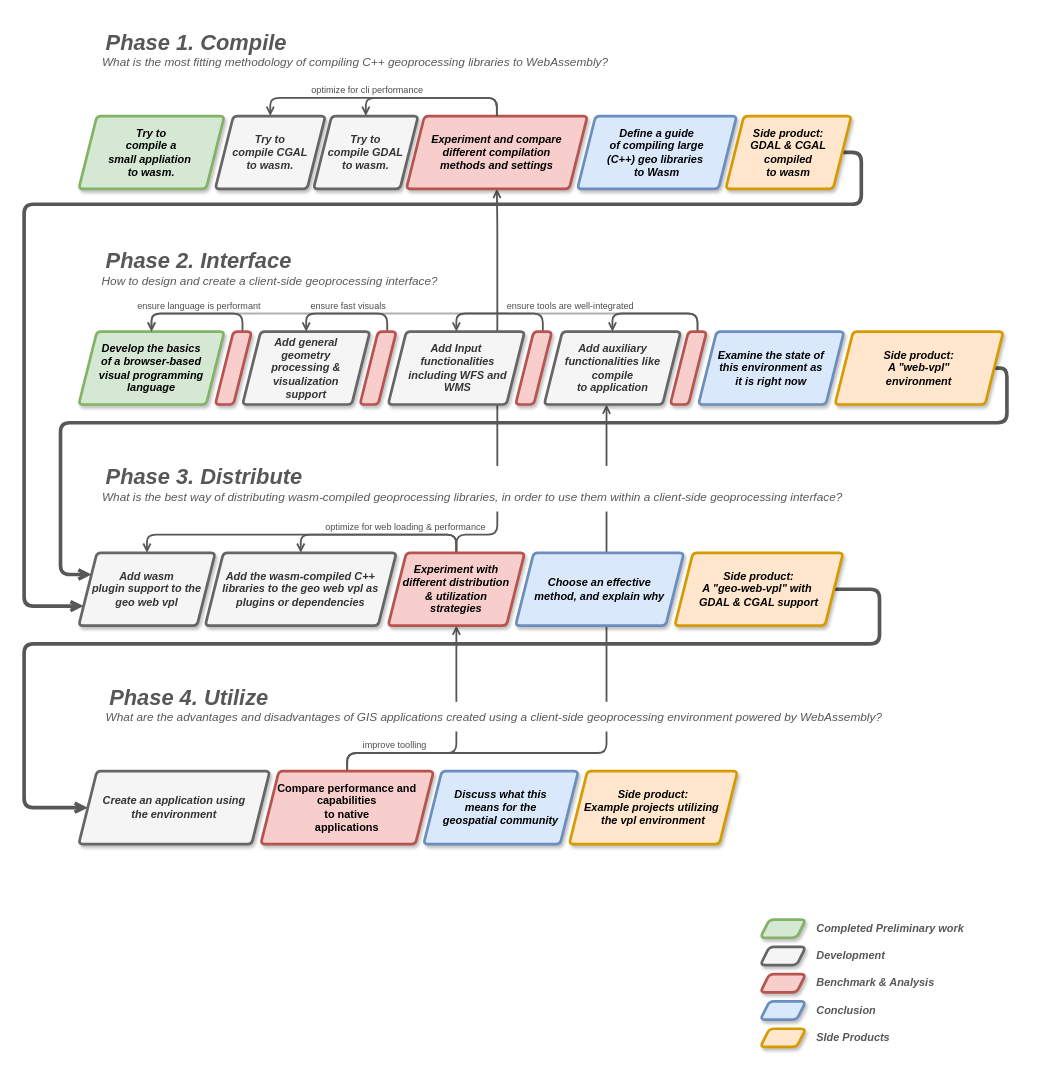
Above: proposal/schemas/methodology/method.drawio in the-red-feather/thesis (draw.io), before the change. Source tidied: cells renumbered, new cells numbered last; positions are measured from the earlier drawing's top-left corner, leaving out a move shared by most shapes. Both pictures are drawn from the tidied source at 91%, with x=0, y=0 at pixel (24, 25).
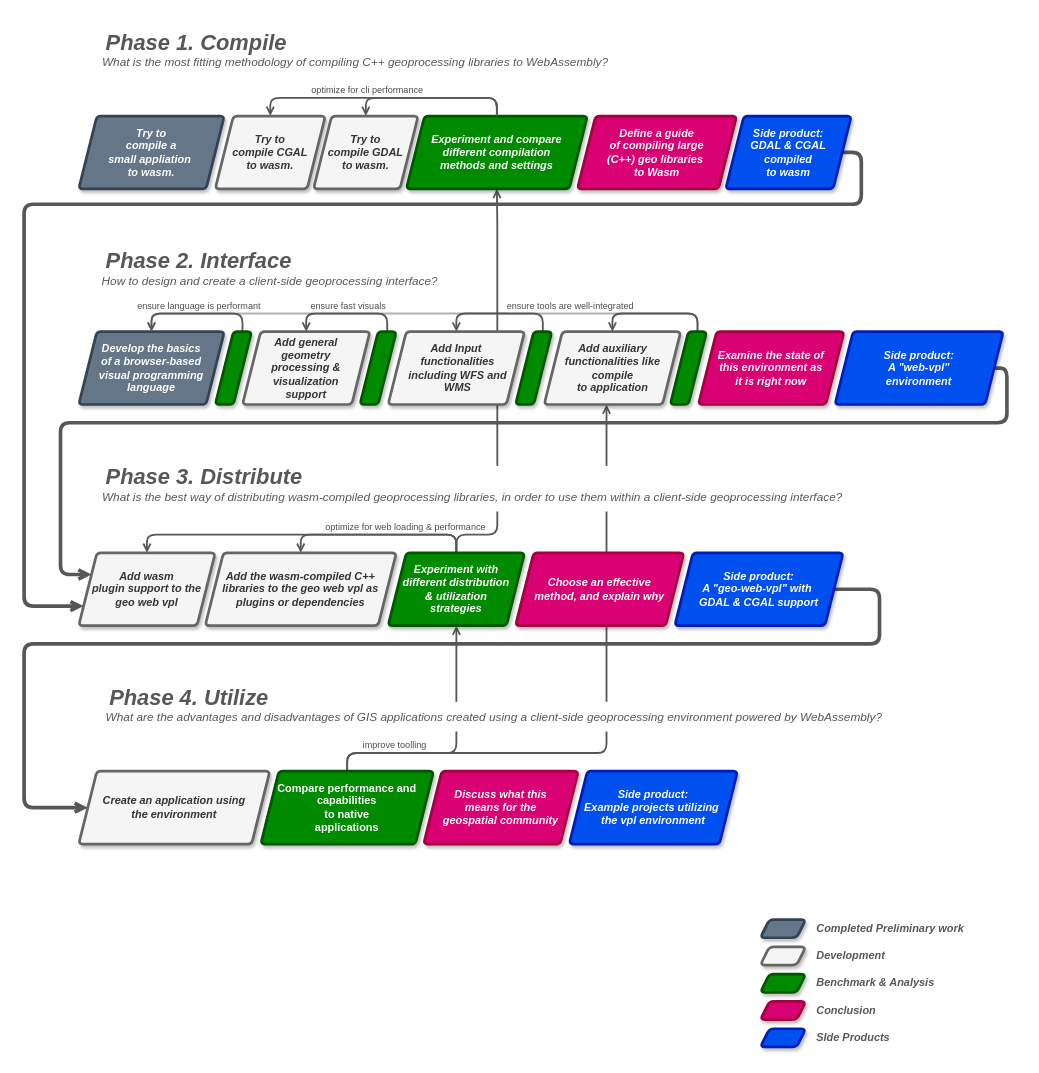
After the change.

Unchanged cells that the change refers to:
```xml
<mxCell id="10" style="edgeStyle=orthogonalEdgeStyle;jettySize=auto;html=1;exitX=0.5;exitY=0;exitDx=0;exitDy=0;entryX=0.5;entryY=1;entryDx=0;entryDy=0;shadow=0;fontSize=10;fontColor=#4D4D4D;endArrow=open;endFill=0;strokeColor=#575757;strokeWidth=2;" parent="1" edge="1" source="12" target="18">
  <mxGeometry relative="1" as="geometry">
    <Array as="points">
      <mxPoint x="355" y="800" />
      <mxPoint x="475" y="800" />
    </Array>
  </mxGeometry>
</mxCell>
<mxCell id="15" style="edgeStyle=orthogonalEdgeStyle;jettySize=auto;html=1;exitX=0.5;exitY=0;exitDx=0;exitDy=0;entryX=0.5;entryY=0;entryDx=0;entryDy=0;shadow=0;fontSize=10;fontColor=#4D4D4D;endArrow=open;endFill=0;strokeColor=#575757;strokeWidth=2;" parent="1" edge="1" source="18" target="3">
  <mxGeometry relative="1" as="geometry" />
</mxCell>
<mxCell id="33" style="group;fontColor=#575757;" parent="1" vertex="1">
  <mxGeometry x="709" y="968" width="390" height="150" as="geometry" />
</mxCell>
<mxCell id="52" style="edgeStyle=orthogonalEdgeStyle;jettySize=auto;html=1;exitX=0.5;exitY=0;exitDx=0;exitDy=0;entryX=0.5;entryY=0;entryDx=0;entryDy=0;shadow=0;fontSize=12;fontColor=#4D4D4D;endArrow=open;endFill=0;strokeColor=#575757;strokeWidth=2;" parent="1" edge="1" source="51" target="20">
  <mxGeometry relative="1" as="geometry">
    <Array as="points">
      <mxPoint x="520" y="80" />
      <mxPoint x="376" y="80" />
    </Array>
  </mxGeometry>
</mxCell>
<mxCell id="54" style="edgeStyle=orthogonalEdgeStyle;jettySize=auto;html=1;exitX=0.75;exitY=0;exitDx=0;exitDy=0;entryX=0.5;entryY=0;entryDx=0;entryDy=0;shadow=0;fontSize=12;fontColor=#4D4D4D;endArrow=open;endFill=0;strokeColor=#575757;strokeWidth=2;" parent="1" edge="1" source="56" target="19">
  <mxGeometry relative="1" as="geometry" />
</mxCell>
<mxCell id="57" style="edgeStyle=orthogonalEdgeStyle;jettySize=auto;html=1;exitX=0.75;exitY=0;exitDx=0;exitDy=0;entryX=0.5;entryY=0;entryDx=0;entryDy=0;shadow=0;fontSize=12;fontColor=#4D4D4D;endArrow=open;endFill=0;strokeColor=#575757;strokeWidth=2;" parent="1" edge="1" source="59" target="24">
  <mxGeometry relative="1" as="geometry" />
</mxCell>
<mxCell id="60" style="edgeStyle=orthogonalEdgeStyle;jettySize=auto;html=1;exitX=0.75;exitY=0;exitDx=0;exitDy=0;entryX=0.5;entryY=0;entryDx=0;entryDy=0;shadow=0;fontSize=10;fontColor=#4D4D4D;endArrow=open;endFill=0;strokeColor=#575757;strokeWidth=2;" parent="1" edge="1" source="62" target="25">
  <mxGeometry relative="1" as="geometry">
    <Array as="points">
      <mxPoint x="570" y="317" />
      <mxPoint x="475" y="317" />
    </Array>
  </mxGeometry>
</mxCell>
```

What changed in the source:
```diff
@@
-    <mxCell id="5" value="&lt;div&gt;&lt;b&gt;&lt;i&gt;Try to &lt;br&gt;&lt;/i&gt;&lt;/b&gt;&lt;/div&gt;&lt;div&gt;&lt;b&gt;&lt;i&gt;compile a &lt;br&gt;&lt;/i&gt;&lt;/b&gt;&lt;/div&gt;&lt;div&gt;&lt;b&gt;&lt;i&gt;small&amp;nbsp;appliation&amp;nbsp;&lt;br&gt;&lt;/i&gt;&lt;/b&gt;&lt;b&gt;&lt;i&gt;to wasm.&lt;/i&gt;&lt;/b&gt;&lt;/div&gt;" style="shape=parallelogram;perimeter=parallelogramPerimeter;whiteSpace=wrap;html=1;fixedSize=1;fillColor=#d5e8d4;strokeColor=#82b366;rounded=1;strokeWidth=3;arcSize=9;shadow=1;fontFamily=Helvetica;" parent="1" vertex="1">
+    <mxCell id="5" value="&lt;div&gt;&lt;b&gt;&lt;i&gt;Try to &lt;br&gt;&lt;/i&gt;&lt;/b&gt;&lt;/div&gt;&lt;div&gt;&lt;b&gt;&lt;i&gt;compile a &lt;br&gt;&lt;/i&gt;&lt;/b&gt;&lt;/div&gt;&lt;div&gt;&lt;b&gt;&lt;i&gt;small&amp;nbsp;appliation&amp;nbsp;&lt;br&gt;&lt;/i&gt;&lt;/b&gt;&lt;b&gt;&lt;i&gt;to wasm.&lt;/i&gt;&lt;/b&gt;&lt;/div&gt;" style="shape=parallelogram;perimeter=parallelogramPerimeter;whiteSpace=wrap;html=1;fixedSize=1;rounded=1;strokeWidth=3;arcSize=9;shadow=1;fontFamily=Helvetica;fillColor=#647687;strokeColor=#314354;fontColor=#ffffff;" parent="1" vertex="1">
       <mxGeometry x="60" y="100" width="160" height="80" as="geometry" />
     </mxCell>
@@
-    <mxCell id="11" value="improve toolling" style="edgeLabel;html=1;align=center;verticalAlign=middle;fontSize=10;fontColor=#4D4D4D;" parent="10" vertex="1">
+    <mxCell id="11" value="improve toolling" style="edgeLabel;html=1;align=center;verticalAlign=middle;fontSize=10;fontColor=#4D4D4D;labelBackgroundColor=#FFFFFF;" parent="10" vertex="1">
       <mxGeometry x="-0.27" y="2" relative="1" as="geometry">
         <mxPoint x="-31" y="-8" as="offset" />
       </mxGeometry>
     </mxCell>
-    <mxCell id="12" value="&lt;b&gt;Compare performance and capabilities &lt;br&gt;to native &lt;br&gt;applications&lt;/b&gt;" style="shape=parallelogram;perimeter=parallelogramPerimeter;whiteSpace=wrap;html=1;fixedSize=1;fillColor=#f8cecc;strokeColor=#b85450;rounded=1;strokeWidth=3;shadow=1;arcSize=9;fontFamily=Helvetica;" parent="1" vertex="1">
+    <mxCell id="12" value="&lt;b&gt;Compare performance and capabilities &lt;br&gt;to native &lt;br&gt;applications&lt;/b&gt;" style="shape=parallelogram;perimeter=parallelogramPerimeter;whiteSpace=wrap;html=1;fixedSize=1;rounded=1;strokeWidth=3;shadow=1;arcSize=9;fontFamily=Helvetica;fontColor=#ffffff;strokeColor=#005700;fillColor=#008a00;" parent="1" vertex="1">
       <mxGeometry x="260" y="820" width="190" height="80" as="geometry" />
     </mxCell>
@@
-    <mxCell id="16" value="optimize for web loading &amp;amp; performance" style="edgeLabel;html=1;align=center;verticalAlign=middle;fontSize=10;fontColor=#4D4D4D;" parent="15" vertex="1">
+    <mxCell id="16" value="optimize for web loading &amp;amp; performance" style="edgeLabel;html=1;align=center;verticalAlign=middle;fontSize=10;fontColor=#4D4D4D;labelBackgroundColor=#FFFFFF;" parent="15" vertex="1">
       <mxGeometry x="-0.31" y="2" relative="1" as="geometry">
         <mxPoint x="54" y="-12" as="offset" />
       </mxGeometry>
     </mxCell>
@@
-    <mxCell id="18" value="&lt;b&gt;&lt;i&gt;Experiment with &lt;br&gt;different distribution&lt;br&gt;&amp;amp; utilization &lt;br&gt;strategies&lt;/i&gt;&lt;/b&gt;&lt;i&gt;&lt;b&gt;&lt;br&gt;&lt;/b&gt;&lt;/i&gt;" style="shape=parallelogram;perimeter=parallelogramPerimeter;whiteSpace=wrap;html=1;fixedSize=1;fillColor=#f8cecc;strokeColor=#b85450;rounded=1;strokeWidth=3;arcSize=9;shadow=1;fontFamily=Helvetica;" parent="1" vertex="1">
+    <mxCell id="18" value="&lt;b&gt;&lt;i&gt;Experiment with &lt;br&gt;different distribution&lt;br&gt;&amp;amp; utilization &lt;br&gt;strategies&lt;/i&gt;&lt;/b&gt;&lt;i&gt;&lt;b&gt;&lt;br&gt;&lt;/b&gt;&lt;/i&gt;" style="shape=parallelogram;perimeter=parallelogramPerimeter;whiteSpace=wrap;html=1;fixedSize=1;rounded=1;strokeWidth=3;arcSize=9;shadow=1;fontFamily=Helvetica;fontColor=#ffffff;strokeColor=#005700;fillColor=#008a00;" parent="1" vertex="1">
       <mxGeometry x="400" y="580" width="150" height="80" as="geometry" />
     </mxCell>
-    <mxCell id="19" value="&lt;b&gt;&lt;i&gt;Develop the basics &lt;br&gt;of a browser-based &lt;br&gt;visual programming &lt;br&gt;language&lt;/i&gt;&lt;/b&gt;" style="shape=parallelogram;perimeter=parallelogramPerimeter;whiteSpace=wrap;html=1;fixedSize=1;fillColor=#d5e8d4;strokeColor=#82b366;rounded=1;strokeWidth=3;arcSize=9;shadow=1;fontFamily=Helvetica;" parent="1" vertex="1">
+    <mxCell id="19" value="&lt;b&gt;&lt;i&gt;Develop the basics &lt;br&gt;of a browser-based &lt;br&gt;visual programming &lt;br&gt;language&lt;/i&gt;&lt;/b&gt;" style="shape=parallelogram;perimeter=parallelogramPerimeter;whiteSpace=wrap;html=1;fixedSize=1;rounded=1;strokeWidth=3;arcSize=9;shadow=1;fontFamily=Helvetica;fillColor=#647687;strokeColor=#314354;fontColor=#ffffff;" parent="1" vertex="1">
       <mxGeometry x="60" y="337" width="160" height="80" as="geometry" />
     </mxCell>
@@
-    <mxCell id="21" value="&lt;b&gt;&lt;i&gt;Discuss what this&lt;br&gt;means for the &lt;br&gt;geospatial community&lt;br&gt;&lt;/i&gt;&lt;/b&gt;" style="shape=parallelogram;perimeter=parallelogramPerimeter;whiteSpace=wrap;html=1;fixedSize=1;fillColor=#dae8fc;strokeColor=#6c8ebf;rounded=1;strokeWidth=3;arcSize=9;shadow=1;fontFamily=Helvetica;" parent="1" vertex="1">
+    <mxCell id="21" value="&lt;b&gt;&lt;i&gt;Discuss what this&lt;br&gt;means for the &lt;br&gt;geospatial community&lt;br&gt;&lt;/i&gt;&lt;/b&gt;" style="shape=parallelogram;perimeter=parallelogramPerimeter;whiteSpace=wrap;html=1;fixedSize=1;rounded=1;strokeWidth=3;arcSize=9;shadow=1;fontFamily=Helvetica;fontColor=#ffffff;strokeColor=#A50040;fillColor=#d80073;" parent="1" vertex="1">
       <mxGeometry x="439" y="820" width="170" height="80" as="geometry" />
     </mxCell>
-    <mxCell id="22" value="&lt;b&gt;&lt;i&gt;Side product:&lt;br&gt;&lt;/i&gt;&lt;/b&gt;&lt;b&gt;&lt;i&gt;Example projects utilizing&amp;nbsp;&lt;br&gt;the vpl environment&lt;br&gt;&lt;/i&gt;&lt;/b&gt;" style="shape=parallelogram;perimeter=parallelogramPerimeter;whiteSpace=wrap;html=1;fixedSize=1;fillColor=#ffe6cc;strokeColor=#d79b00;rounded=1;strokeWidth=3;arcSize=9;shadow=1;fontFamily=Helvetica;" parent="1" vertex="1">
+    <mxCell id="22" value="&lt;b&gt;&lt;i&gt;Side product:&lt;br&gt;&lt;/i&gt;&lt;/b&gt;&lt;b&gt;&lt;i&gt;Example projects utilizing&amp;nbsp;&lt;br&gt;the vpl environment&lt;br&gt;&lt;/i&gt;&lt;/b&gt;" style="shape=parallelogram;perimeter=parallelogramPerimeter;whiteSpace=wrap;html=1;fixedSize=1;rounded=1;strokeWidth=3;arcSize=9;shadow=1;fontFamily=Helvetica;fontColor=#ffffff;strokeColor=#001DBC;fillColor=#0050ef;" parent="1" vertex="1">
       <mxGeometry x="599" y="820" width="185" height="80" as="geometry" />
     </mxCell>
@@
-    <mxCell id="26" value="&lt;b&gt;&lt;i&gt;Choose an effective&lt;br&gt;method, and explain why&lt;br&gt;&lt;/i&gt;&lt;/b&gt;" style="shape=parallelogram;perimeter=parallelogramPerimeter;whiteSpace=wrap;html=1;fixedSize=1;fillColor=#dae8fc;strokeColor=#6c8ebf;rounded=1;strokeWidth=3;arcSize=9;shadow=1;fontFamily=Helvetica;" parent="1" vertex="1">
+    <mxCell id="26" value="&lt;b&gt;&lt;i&gt;Choose an effective&lt;br&gt;method, and explain why&lt;br&gt;&lt;/i&gt;&lt;/b&gt;" style="shape=parallelogram;perimeter=parallelogramPerimeter;whiteSpace=wrap;html=1;fixedSize=1;rounded=1;strokeWidth=3;arcSize=9;shadow=1;fontFamily=Helvetica;fontColor=#ffffff;strokeColor=#A50040;fillColor=#d80073;" parent="1" vertex="1">
       <mxGeometry x="540" y="580" width="185" height="80" as="geometry" />
     </mxCell>
@@
-    <mxCell id="28" value="&lt;b&gt;&lt;i&gt;Side product:&lt;br&gt;&lt;/i&gt;&lt;/b&gt;&lt;b&gt;&lt;i&gt;A &quot;geo-web-vpl&quot; with&amp;nbsp;&lt;br&gt;GDAL &amp;amp; CGAL support&lt;br&gt;&lt;/i&gt;&lt;/b&gt;" style="shape=parallelogram;perimeter=parallelogramPerimeter;whiteSpace=wrap;html=1;fixedSize=1;fillColor=#ffe6cc;strokeColor=#d79b00;rounded=1;strokeWidth=3;arcSize=9;shadow=1;fontFamily=Helvetica;" parent="1" vertex="1">
+    <mxCell id="28" value="&lt;b&gt;&lt;i&gt;Side product:&lt;br&gt;&lt;/i&gt;&lt;/b&gt;&lt;b&gt;&lt;i&gt;A &quot;geo-web-vpl&quot; with&amp;nbsp;&lt;br&gt;GDAL &amp;amp; CGAL support&lt;br&gt;&lt;/i&gt;&lt;/b&gt;" style="shape=parallelogram;perimeter=parallelogramPerimeter;whiteSpace=wrap;html=1;fixedSize=1;rounded=1;strokeWidth=3;arcSize=9;shadow=1;fontFamily=Helvetica;fontColor=#ffffff;strokeColor=#001DBC;fillColor=#0050ef;" parent="1" vertex="1">
       <mxGeometry x="715" y="580" width="185" height="80" as="geometry" />
     </mxCell>
-    <mxCell id="29" value="&lt;b&gt;&lt;i&gt;Examine the state of &lt;br&gt;this environment as &lt;br&gt;it is right now&lt;br&gt;&lt;/i&gt;&lt;/b&gt;" style="shape=parallelogram;perimeter=parallelogramPerimeter;whiteSpace=wrap;html=1;fixedSize=1;fillColor=#dae8fc;strokeColor=#6c8ebf;rounded=1;strokeWidth=3;arcSize=9;shadow=1;fontFamily=Helvetica;gradientDirection=west;" parent="1" vertex="1">
+    <mxCell id="29" value="&lt;b&gt;&lt;i&gt;Examine the state of &lt;br&gt;this environment as &lt;br&gt;it is right now&lt;br&gt;&lt;/i&gt;&lt;/b&gt;" style="shape=parallelogram;perimeter=parallelogramPerimeter;whiteSpace=wrap;html=1;fixedSize=1;rounded=1;strokeWidth=3;arcSize=9;shadow=1;fontFamily=Helvetica;gradientDirection=west;fontColor=#ffffff;strokeColor=#A50040;fillColor=#d80073;" parent="1" vertex="1">
       <mxGeometry x="741" y="337" width="160" height="80" as="geometry" />
     </mxCell>
@@
-    <mxCell id="31" value="&lt;b&gt;&lt;i&gt;Side product:&lt;br&gt;&lt;/i&gt;&lt;/b&gt;&lt;b&gt;&lt;i&gt;A &quot;web-vpl&quot;&lt;br&gt;environment&lt;br&gt;&lt;/i&gt;&lt;/b&gt;" style="shape=parallelogram;perimeter=parallelogramPerimeter;whiteSpace=wrap;html=1;fixedSize=1;fillColor=#ffe6cc;strokeColor=#d79b00;rounded=1;strokeWidth=3;arcSize=9;shadow=1;fontFamily=Helvetica;" parent="1" vertex="1">
+    <mxCell id="31" value="&lt;b&gt;&lt;i&gt;Side product:&lt;br&gt;&lt;/i&gt;&lt;/b&gt;&lt;b&gt;&lt;i&gt;A &quot;web-vpl&quot;&lt;br&gt;environment&lt;br&gt;&lt;/i&gt;&lt;/b&gt;" style="shape=parallelogram;perimeter=parallelogramPerimeter;whiteSpace=wrap;html=1;fixedSize=1;rounded=1;strokeWidth=3;arcSize=9;shadow=1;fontFamily=Helvetica;fontColor=#ffffff;strokeColor=#001DBC;fillColor=#0050ef;" parent="1" vertex="1">
       <mxGeometry x="891" y="337" width="185" height="80" as="geometry" />
     </mxCell>
@@
-    <mxCell id="34" style="shape=parallelogram;perimeter=parallelogramPerimeter;whiteSpace=wrap;html=1;fixedSize=1;rounded=1;strokeWidth=3;arcSize=10;shadow=1;size=10;fillColor=#d5e8d4;strokeColor=#82b366;fontFamily=Helvetica;" parent="33" vertex="1">
+    <mxCell id="34" style="shape=parallelogram;perimeter=parallelogramPerimeter;whiteSpace=wrap;html=1;fixedSize=1;rounded=1;strokeWidth=3;arcSize=10;shadow=1;size=10;fontFamily=Helvetica;fillColor=#647687;strokeColor=#314354;fontColor=#ffffff;" parent="33" vertex="1">
       <mxGeometry x="100" y="15" width="50" height="20" as="geometry" />
     </mxCell>
@@
-    <mxCell id="37" style="shape=parallelogram;perimeter=parallelogramPerimeter;whiteSpace=wrap;html=1;fixedSize=1;fillColor=#f8cecc;strokeColor=#b85450;rounded=1;strokeWidth=3;arcSize=10;shadow=1;size=10;fontFamily=Helvetica;" parent="33" vertex="1">
+    <mxCell id="37" style="shape=parallelogram;perimeter=parallelogramPerimeter;whiteSpace=wrap;html=1;fixedSize=1;rounded=1;strokeWidth=3;arcSize=10;shadow=1;size=10;fontFamily=Helvetica;strokeColor=#005700;fillColor=#008a00;fontColor=#ffffff;" parent="33" vertex="1">
       <mxGeometry x="100" y="75" width="50" height="20" as="geometry" />
     </mxCell>
-    <mxCell id="38" style="shape=parallelogram;perimeter=parallelogramPerimeter;whiteSpace=wrap;html=1;fixedSize=1;fillColor=#dae8fc;strokeColor=#6c8ebf;rounded=1;strokeWidth=3;arcSize=10;shadow=1;size=10;fontFamily=Helvetica;" parent="33" vertex="1">
+    <mxCell id="38" style="shape=parallelogram;perimeter=parallelogramPerimeter;whiteSpace=wrap;html=1;fixedSize=1;rounded=1;strokeWidth=3;arcSize=10;shadow=1;size=10;fontFamily=Helvetica;strokeColor=#A50040;fillColor=#d80073;fontColor=#ffffff;" parent="33" vertex="1">
       <mxGeometry x="100" y="105" width="50" height="20" as="geometry" />
     </mxCell>
@@
-    <mxCell id="42" style="shape=parallelogram;perimeter=parallelogramPerimeter;whiteSpace=wrap;html=1;fixedSize=1;fillColor=#ffe6cc;strokeColor=#d79b00;rounded=1;strokeWidth=3;arcSize=10;shadow=1;size=10;fontFamily=Helvetica;" parent="33" vertex="1">
+    <mxCell id="42" style="shape=parallelogram;perimeter=parallelogramPerimeter;whiteSpace=wrap;html=1;fixedSize=1;rounded=1;strokeWidth=3;arcSize=10;shadow=1;size=10;fontFamily=Helvetica;strokeColor=#001DBC;fillColor=#0050ef;fontColor=#ffffff;" parent="33" vertex="1">
       <mxGeometry x="100" y="135" width="50" height="20" as="geometry" />
     </mxCell>
@@
-    <mxCell id="48" value="&lt;b&gt;&lt;i&gt;Side product:&lt;br&gt;GDAL &amp;amp; CGAL&lt;br&gt;compiled &lt;br&gt;to wasm&lt;br&gt;&lt;/i&gt;&lt;/b&gt;" style="shape=parallelogram;perimeter=parallelogramPerimeter;whiteSpace=wrap;html=1;fixedSize=1;fillColor=#ffe6cc;strokeColor=#d79b00;rounded=1;strokeWidth=3;arcSize=9;shadow=1;fontFamily=Helvetica;" parent="1" vertex="1">
+    <mxCell id="48" value="&lt;b&gt;&lt;i&gt;Side product:&lt;br&gt;GDAL &amp;amp; CGAL&lt;br&gt;compiled &lt;br&gt;to wasm&lt;br&gt;&lt;/i&gt;&lt;/b&gt;" style="shape=parallelogram;perimeter=parallelogramPerimeter;whiteSpace=wrap;html=1;fixedSize=1;rounded=1;strokeWidth=3;arcSize=9;shadow=1;fontFamily=Helvetica;fontColor=#ffffff;strokeColor=#001DBC;fillColor=#0050ef;" parent="1" vertex="1">
       <mxGeometry x="771" y="100" width="138" height="80" as="geometry" />
     </mxCell>
-    <mxCell id="49" value="&lt;div&gt;&lt;i&gt;&lt;b&gt;Define a guide&lt;br&gt;&lt;/b&gt;&lt;/i&gt;&lt;/div&gt;&lt;div&gt;&lt;i&gt;&lt;b&gt;of compiling large &lt;br&gt;(C++) geo libraries&amp;nbsp;&lt;/b&gt;&lt;/i&gt;&lt;/div&gt;&lt;div&gt;&lt;i&gt;&lt;b&gt;to Wasm&lt;/b&gt;&lt;/i&gt;&lt;/div&gt;" style="shape=parallelogram;perimeter=parallelogramPerimeter;whiteSpace=wrap;html=1;fixedSize=1;fillColor=#dae8fc;strokeColor=#6c8ebf;rounded=1;strokeWidth=3;arcSize=9;shadow=1;fontFamily=Helvetica;" parent="1" vertex="1">
+    <mxCell id="49" value="&lt;div&gt;&lt;i&gt;&lt;b&gt;Define a guide&lt;br&gt;&lt;/b&gt;&lt;/i&gt;&lt;/div&gt;&lt;div&gt;&lt;i&gt;&lt;b&gt;of compiling large &lt;br&gt;(C++) geo libraries&amp;nbsp;&lt;/b&gt;&lt;/i&gt;&lt;/div&gt;&lt;div&gt;&lt;i&gt;&lt;b&gt;to Wasm&lt;/b&gt;&lt;/i&gt;&lt;/div&gt;" style="shape=parallelogram;perimeter=parallelogramPerimeter;whiteSpace=wrap;html=1;fixedSize=1;rounded=1;strokeWidth=3;arcSize=9;shadow=1;fontFamily=Helvetica;fontColor=#ffffff;strokeColor=#A50040;fillColor=#d80073;" parent="1" vertex="1">
       <mxGeometry x="608" y="100" width="175" height="80" as="geometry" />
     </mxCell>
@@
-    <mxCell id="51" value="&lt;b&gt;&lt;i&gt;Experiment and compare &lt;br&gt;different compilation &lt;br&gt;methods and settings&lt;br&gt;&lt;/i&gt;&lt;/b&gt;" style="shape=parallelogram;perimeter=parallelogramPerimeter;whiteSpace=wrap;html=1;fixedSize=1;fillColor=#f8cecc;strokeColor=#b85450;rounded=1;strokeWidth=3;arcSize=9;shadow=1;fontFamily=Helvetica;" parent="1" vertex="1">
+    <mxCell id="51" value="&lt;b&gt;&lt;i&gt;Experiment and compare &lt;br&gt;different compilation &lt;br&gt;methods and settings&lt;br&gt;&lt;/i&gt;&lt;/b&gt;" style="shape=parallelogram;perimeter=parallelogramPerimeter;whiteSpace=wrap;html=1;fixedSize=1;rounded=1;strokeWidth=3;arcSize=9;shadow=1;fontFamily=Helvetica;fontColor=#ffffff;strokeColor=#005700;fillColor=#008a00;" parent="1" vertex="1">
       <mxGeometry x="420" y="100" width="199" height="80" as="geometry" />
     </mxCell>
@@
-    <mxCell id="53" value="optimize for cli performance" style="edgeLabel;html=1;align=center;verticalAlign=middle;fontSize=10;fontColor=#4D4D4D;" parent="52" vertex="1">
+    <mxCell id="53" value="optimize for cli performance" style="edgeLabel;html=1;align=center;verticalAlign=middle;fontSize=10;fontColor=#4D4D4D;labelBackgroundColor=#FFFFFF;" parent="52" vertex="1">
       <mxGeometry x="0.45" y="-2" relative="1" as="geometry">
         <mxPoint x="-30" y="-8" as="offset" />
       </mxGeometry>
     </mxCell>
@@
-    <mxCell id="55" value="ensure language is performant" style="edgeLabel;html=1;align=center;verticalAlign=middle;fontSize=10;fontColor=#4D4D4D;" parent="54" vertex="1">
+    <mxCell id="55" value="ensure language is performant" style="edgeLabel;html=1;align=center;verticalAlign=middle;fontSize=10;fontColor=#4D4D4D;labelBackgroundColor=#FFFFFF;" parent="54" vertex="1">
       <mxGeometry x="0.27" y="-1" relative="1" as="geometry">
         <mxPoint x="20" y="-8" as="offset" />
       </mxGeometry>
     </mxCell>
-    <mxCell id="56" value="&lt;b&gt;&lt;i&gt;&lt;br&gt;&lt;/i&gt;&lt;/b&gt;" style="shape=parallelogram;perimeter=parallelogramPerimeter;whiteSpace=wrap;html=1;fixedSize=1;fillColor=#f8cecc;strokeColor=#b85450;rounded=1;strokeWidth=3;arcSize=9;shadow=1;fontFamily=Helvetica;" parent="1" vertex="1">
+    <mxCell id="56" value="&lt;b&gt;&lt;i&gt;&lt;br&gt;&lt;/i&gt;&lt;/b&gt;" style="shape=parallelogram;perimeter=parallelogramPerimeter;whiteSpace=wrap;html=1;fixedSize=1;rounded=1;strokeWidth=3;arcSize=9;shadow=1;fontFamily=Helvetica;strokeColor=#005700;fillColor=#008a00;fontColor=#ffffff;" parent="1" vertex="1">
       <mxGeometry x="210" y="337" width="40" height="80" as="geometry" />
     </mxCell>
@@
-    <mxCell id="58" value="ensure fast visuals" style="edgeLabel;html=1;align=center;verticalAlign=middle;fontSize=10;fontColor=#4D4D4D;" parent="57" vertex="1">
+    <mxCell id="58" value="ensure fast visuals" style="edgeLabel;html=1;align=center;verticalAlign=middle;fontSize=10;fontColor=#4D4D4D;labelBackgroundColor=#FFFFFF;" parent="57" vertex="1">
       <mxGeometry x="0.19" y="-2" relative="1" as="geometry">
         <mxPoint x="13" y="-7" as="offset" />
       </mxGeometry>
     </mxCell>
-    <mxCell id="59" value="&lt;b&gt;&lt;i&gt;&lt;br&gt;&lt;/i&gt;&lt;/b&gt;" style="shape=parallelogram;perimeter=parallelogramPerimeter;whiteSpace=wrap;html=1;fixedSize=1;fillColor=#f8cecc;strokeColor=#b85450;rounded=1;strokeWidth=3;arcSize=9;shadow=1;fontFamily=Helvetica;" parent="1" vertex="1">
+    <mxCell id="59" value="&lt;b&gt;&lt;i&gt;&lt;br&gt;&lt;/i&gt;&lt;/b&gt;" style="shape=parallelogram;perimeter=parallelogramPerimeter;whiteSpace=wrap;html=1;fixedSize=1;rounded=1;strokeWidth=3;arcSize=9;shadow=1;fontFamily=Helvetica;strokeColor=#005700;fillColor=#008a00;fontColor=#ffffff;" parent="1" vertex="1">
       <mxGeometry x="369" y="337" width="40" height="80" as="geometry" />
     </mxCell>
@@
-    <mxCell id="61" value="&lt;font style=&quot;font-size: 10px&quot;&gt;ensure tools are well-integrated&lt;/font&gt;" style="edgeLabel;html=1;align=center;verticalAlign=middle;fontSize=13;fontColor=#4D4D4D;" parent="60" vertex="1">
+    <mxCell id="61" value="&lt;font style=&quot;font-size: 10px&quot;&gt;ensure tools are well-integrated&lt;/font&gt;" style="edgeLabel;html=1;align=center;verticalAlign=middle;fontSize=13;fontColor=#4D4D4D;labelBackgroundColor=#FFFFFF;" parent="60" vertex="1">
       <mxGeometry x="0.15" y="-1" relative="1" as="geometry">
         <mxPoint x="87" y="-9" as="offset" />
       </mxGeometry>
     </mxCell>
-    <mxCell id="62" value="&lt;b&gt;&lt;i&gt;&lt;br&gt;&lt;/i&gt;&lt;/b&gt;" style="shape=parallelogram;perimeter=parallelogramPerimeter;whiteSpace=wrap;html=1;fixedSize=1;fillColor=#f8cecc;strokeColor=#b85450;rounded=1;strokeWidth=3;arcSize=9;shadow=1;fontFamily=Helvetica;" parent="1" vertex="1">
+    <mxCell id="62" value="&lt;b&gt;&lt;i&gt;&lt;br&gt;&lt;/i&gt;&lt;/b&gt;" style="shape=parallelogram;perimeter=parallelogramPerimeter;whiteSpace=wrap;html=1;fixedSize=1;rounded=1;strokeWidth=3;arcSize=9;shadow=1;fontFamily=Helvetica;strokeColor=#005700;fillColor=#008a00;fontColor=#ffffff;" parent="1" vertex="1">
       <mxGeometry x="540" y="337" width="40" height="80" as="geometry" />
     </mxCell>
@@
-    <mxCell id="65" value="&lt;b&gt;&lt;i&gt;&lt;br&gt;&lt;/i&gt;&lt;/b&gt;" style="shape=parallelogram;perimeter=parallelogramPerimeter;whiteSpace=wrap;html=1;fixedSize=1;fillColor=#f8cecc;strokeColor=#b85450;rounded=1;strokeWidth=3;arcSize=9;shadow=1;fontFamily=Helvetica;" parent="1" vertex="1">
+    <mxCell id="65" value="&lt;b&gt;&lt;i&gt;&lt;br&gt;&lt;/i&gt;&lt;/b&gt;" style="shape=parallelogram;perimeter=parallelogramPerimeter;whiteSpace=wrap;html=1;fixedSize=1;rounded=1;strokeWidth=3;arcSize=9;shadow=1;fontFamily=Helvetica;strokeColor=#005700;fillColor=#008a00;fontColor=#ffffff;" parent="1" vertex="1">
       <mxGeometry x="710" y="337" width="40" height="80" as="geometry" />
     </mxCell>
```
